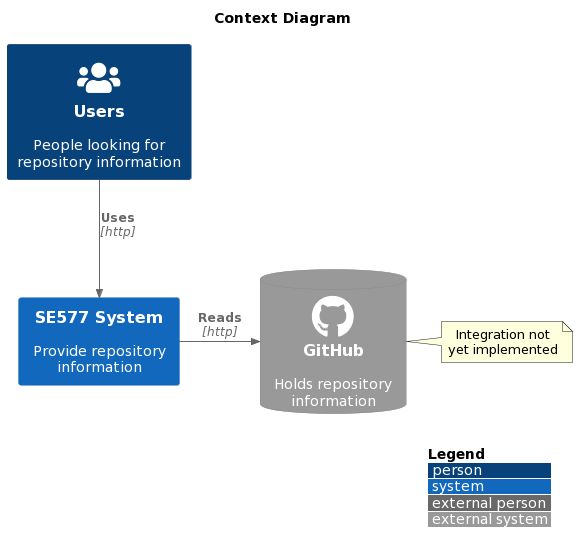
The PlantUML diagram se577/arch/c4_context.png in derjust/se577, before a commit. Its diagram source:
```plantuml
@startuml
title Context Diagram

!include https://raw.githubusercontent.com/plantuml-stdlib/C4-PlantUML/master/C4_Context.puml

!define DEVICONS https://raw.githubusercontent.com/tupadr3/plantuml-icon-font-sprites/master/devicons
!define FONTAWESOME https://raw.githubusercontent.com/tupadr3/plantuml-icon-font-sprites/master/font-awesome-5
!include DEVICONS/react.puml
!include DEVICONS/nodejs.puml
!include DEVICONS/msql_server.puml
!include FONTAWESOME/users.puml
!include FONTAWESOME/github.puml

LAYOUT_WITH_LEGEND()

Person(user, "Users", "People looking for repository information", $sprite="users")
System(c1, "SE577 System", "Provide repository information")
SystemDb_Ext(c2, "GitHub", "Holds repository information", $sprite="github")

note right
	Integration not
	yet implemented
end note

Rel(user, c1, "Uses", "http")
Rel_R(c1, c2, "Reads", "http")
@enduml
```
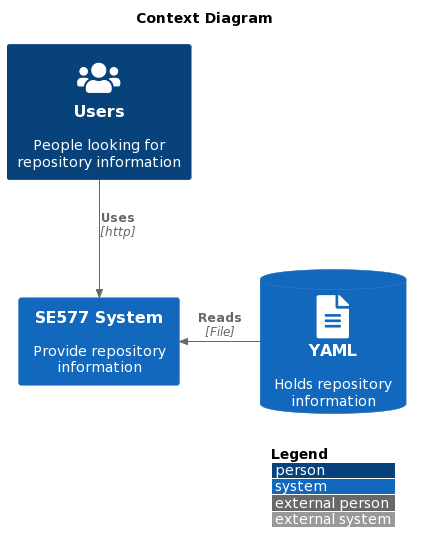
After the change.

Change to the diagram source:
```diff
@@ -7,7 +7,7 @@
 !define FONTAWESOME https://raw.githubusercontent.com/tupadr3/plantuml-icon-font-sprites/master/font-awesome-5
 !include DEVICONS/react.puml
 !include DEVICONS/nodejs.puml
-!include DEVICONS/msql_server.puml
+!include FONTAWESOME/file_alt.puml
 !include FONTAWESOME/users.puml
 !include FONTAWESOME/github.puml
 
@@ -15,13 +15,8 @@
 
 Person(user, "Users", "People looking for repository information", $sprite="users")
 System(c1, "SE577 System", "Provide repository information")
-SystemDb_Ext(c2, "GitHub", "Holds repository information", $sprite="github")
-
-note right
-	Integration not
-	yet implemented
-end note
+SystemDb(c2, "YAML", "Holds repository information", $sprite="file_alt")
 
 Rel(user, c1, "Uses", "http")
-Rel_R(c1, c2, "Reads", "http")
+Rel_L(c2, c1, "Reads", "File")
 @enduml
```
